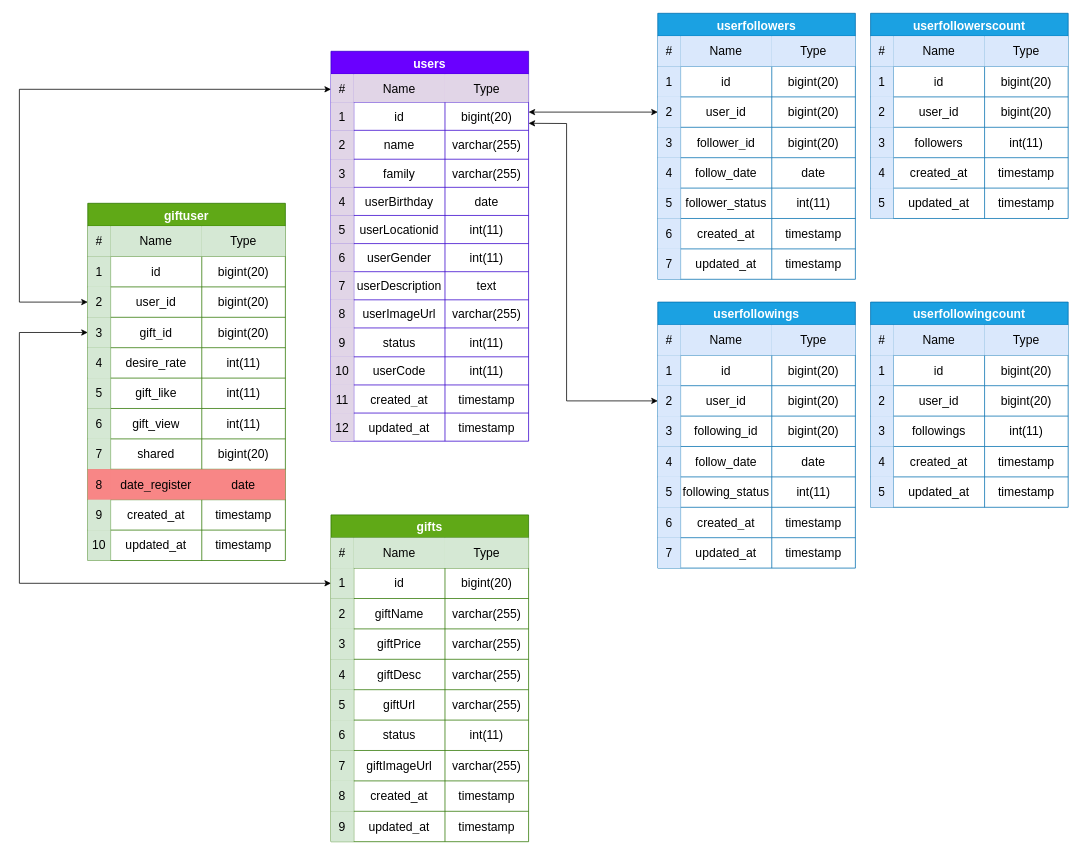
Above: Untitled Diagram.drawio in Rezarezaeipour/wiishy-diagram (draw.io), before the change. Source tidied: cells renumbered, new cells numbered last; positions are measured from the earlier drawing's top-left corner, leaving out a move shared by most shapes. Both pictures are drawn from the tidied source at 76%, with x=0, y=0 at pixel (19, 13).
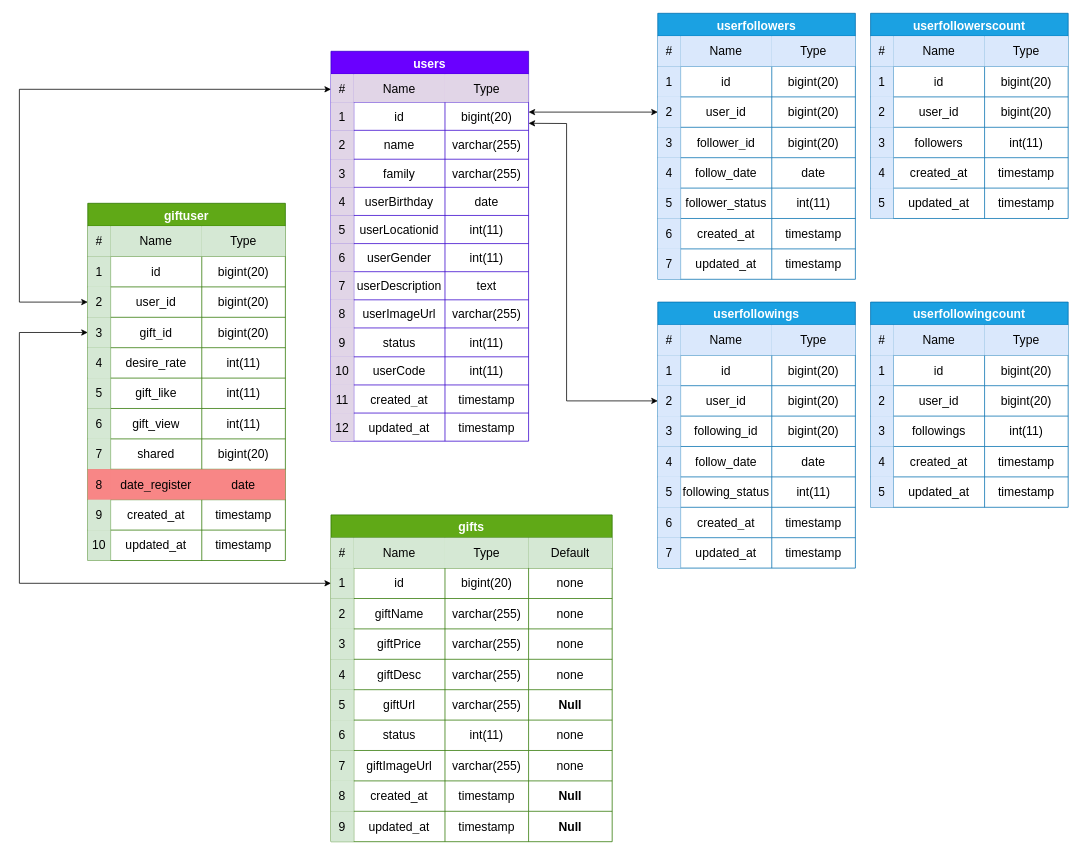
After the change.

Commit message:
Add default field to gifts

Diff of the diagram source:
```diff
@@
     <mxCell id="55" value="gifts" style="shape=table;startSize=30;childLayout=tableLayout;strokeColor=#2D7600;fontSize=16;fillColor=#60a917;fontColor=#ffffff;fontStyle=1;" parent="1" vertex="1">
-      <mxGeometry x="410" y="660" width="260" height="430" as="geometry" />
+      <mxGeometry x="410" y="660" width="370" height="430" as="geometry" />
     </mxCell>
     <mxCell id="56" style="shape=tableRow;horizontal=0;startSize=0;swimlaneHead=0;swimlaneBody=0;strokeColor=inherit;top=0;left=0;bottom=0;right=0;fillColor=none;fontSize=16;" parent="55" vertex="1">
-      <mxGeometry y="30" width="260" height="40" as="geometry" />
+      <mxGeometry y="30" width="370" height="40" as="geometry" />
     </mxCell>
@@
+    <mxCell id="261" value="Default" style="shape=partialRectangle;html=1;whiteSpace=wrap;strokeColor=#82b366;overflow=hidden;fillColor=#d5e8d4;top=0;left=0;bottom=0;right=0;fontSize=16;" parent="56" vertex="1">
+      <mxGeometry x="260" width="110" height="40" as="geometry" />
+    </mxCell>
     <mxCell id="60" style="shape=tableRow;horizontal=0;startSize=0;swimlaneHead=0;swimlaneBody=0;strokeColor=inherit;top=0;left=0;bottom=0;right=0;fillColor=none;points=[[0,0.5],[1,0.5]];portConstraint=eastwest;fontSize=16;" parent="55" vertex="1">
-      <mxGeometry y="70" width="260" height="40" as="geometry" />
+      <mxGeometry y="70" width="370" height="40" as="geometry" />
     </mxCell>
@@
+    <mxCell id="262" value="none" style="shape=partialRectangle;html=1;whiteSpace=wrap;strokeColor=inherit;overflow=hidden;fillColor=none;top=0;left=0;bottom=0;right=0;fontSize=16;" parent="60" vertex="1">
+      <mxGeometry x="260" width="110" height="40" as="geometry" />
+    </mxCell>
     <mxCell id="64" style="shape=tableRow;horizontal=0;startSize=0;swimlaneHead=0;swimlaneBody=0;strokeColor=inherit;top=0;left=0;bottom=0;right=0;fillColor=none;fontSize=16;" parent="55" vertex="1">
-      <mxGeometry y="110" width="260" height="40" as="geometry" />
+      <mxGeometry y="110" width="370" height="40" as="geometry" />
     </mxCell>
@@
+    <mxCell id="263" value="none" style="shape=partialRectangle;html=1;whiteSpace=wrap;strokeColor=inherit;overflow=hidden;fillColor=none;top=0;left=0;bottom=0;right=0;fontSize=16;" parent="64" vertex="1">
+      <mxGeometry x="260" width="110" height="40" as="geometry" />
+    </mxCell>
     <mxCell id="68" style="shape=tableRow;horizontal=0;startSize=0;swimlaneHead=0;swimlaneBody=0;strokeColor=inherit;top=0;left=0;bottom=0;right=0;fillColor=none;fontSize=16;" parent="55" vertex="1">
-      <mxGeometry y="150" width="260" height="40" as="geometry" />
+      <mxGeometry y="150" width="370" height="40" as="geometry" />
     </mxCell>
@@
+    <mxCell id="264" value="none" style="shape=partialRectangle;html=1;whiteSpace=wrap;strokeColor=inherit;overflow=hidden;fillColor=none;top=0;left=0;bottom=0;right=0;fontSize=16;" parent="68" vertex="1">
+      <mxGeometry x="260" width="110" height="40" as="geometry" />
+    </mxCell>
     <mxCell id="72" style="shape=tableRow;horizontal=0;startSize=0;swimlaneHead=0;swimlaneBody=0;strokeColor=inherit;top=0;left=0;bottom=0;right=0;fillColor=none;fontSize=16;" parent="55" vertex="1">
-      <mxGeometry y="190" width="260" height="40" as="geometry" />
+      <mxGeometry y="190" width="370" height="40" as="geometry" />
     </mxCell>
@@
+    <mxCell id="265" value="none" style="shape=partialRectangle;html=1;whiteSpace=wrap;strokeColor=inherit;overflow=hidden;fillColor=none;top=0;left=0;bottom=0;right=0;fontSize=16;" parent="72" vertex="1">
+      <mxGeometry x="260" width="110" height="40" as="geometry" />
+    </mxCell>
     <mxCell id="76" style="shape=tableRow;horizontal=0;startSize=0;swimlaneHead=0;swimlaneBody=0;strokeColor=inherit;top=0;left=0;bottom=0;right=0;fillColor=none;fontSize=16;" parent="55" vertex="1">
-      <mxGeometry y="230" width="260" height="40" as="geometry" />
+      <mxGeometry y="230" width="370" height="40" as="geometry" />
     </mxCell>
@@
+    <mxCell id="266" value="&lt;b&gt;Null&lt;/b&gt;" style="shape=partialRectangle;html=1;whiteSpace=wrap;strokeColor=inherit;overflow=hidden;fillColor=none;top=0;left=0;bottom=0;right=0;fontSize=16;" parent="76" vertex="1">
+      <mxGeometry x="260" width="110" height="40" as="geometry" />
+    </mxCell>
     <mxCell id="80" style="shape=tableRow;horizontal=0;startSize=0;swimlaneHead=0;swimlaneBody=0;strokeColor=inherit;top=0;left=0;bottom=0;right=0;fillColor=none;fontSize=16;" parent="55" vertex="1">
-      <mxGeometry y="270" width="260" height="40" as="geometry" />
+      <mxGeometry y="270" width="370" height="40" as="geometry" />
     </mxCell>
@@
+    <mxCell id="267" value="none" style="shape=partialRectangle;html=1;whiteSpace=wrap;strokeColor=inherit;overflow=hidden;fillColor=none;top=0;left=0;bottom=0;right=0;fontSize=16;" parent="80" vertex="1">
+      <mxGeometry x="260" width="110" height="40" as="geometry" />
+    </mxCell>
     <mxCell id="84" style="shape=tableRow;horizontal=0;startSize=0;swimlaneHead=0;swimlaneBody=0;strokeColor=inherit;top=0;left=0;bottom=0;right=0;fillColor=none;fontSize=16;" parent="55" vertex="1">
-      <mxGeometry y="310" width="260" height="40" as="geometry" />
+      <mxGeometry y="310" width="370" height="40" as="geometry" />
     </mxCell>
@@
+    <mxCell id="268" value="none" style="shape=partialRectangle;html=1;whiteSpace=wrap;strokeColor=inherit;overflow=hidden;fillColor=none;top=0;left=0;bottom=0;right=0;fontSize=16;" parent="84" vertex="1">
+      <mxGeometry x="260" width="110" height="40" as="geometry" />
+    </mxCell>
     <mxCell id="88" style="shape=tableRow;horizontal=0;startSize=0;swimlaneHead=0;swimlaneBody=0;strokeColor=inherit;top=0;left=0;bottom=0;right=0;fillColor=none;fontSize=16;" parent="55" vertex="1">
-      <mxGeometry y="350" width="260" height="40" as="geometry" />
+      <mxGeometry y="350" width="370" height="40" as="geometry" />
     </mxCell>
@@
+    <mxCell id="269" value="&lt;b&gt;Null&lt;/b&gt;" style="shape=partialRectangle;html=1;whiteSpace=wrap;strokeColor=inherit;overflow=hidden;fillColor=none;top=0;left=0;bottom=0;right=0;fontSize=16;" parent="88" vertex="1">
+      <mxGeometry x="260" width="110" height="40" as="geometry" />
+    </mxCell>
     <mxCell id="92" style="shape=tableRow;horizontal=0;startSize=0;swimlaneHead=0;swimlaneBody=0;strokeColor=inherit;top=0;left=0;bottom=0;right=0;fillColor=none;fontSize=16;" parent="55" vertex="1">
-      <mxGeometry y="390" width="260" height="40" as="geometry" />
+      <mxGeometry y="390" width="370" height="40" as="geometry" />
     </mxCell>
@@
+    <mxCell id="270" value="&lt;b&gt;Null&lt;/b&gt;" style="shape=partialRectangle;html=1;whiteSpace=wrap;strokeColor=inherit;overflow=hidden;fillColor=none;top=0;left=0;bottom=0;right=0;fontSize=16;" parent="92" vertex="1">
+      <mxGeometry x="260" width="110" height="40" as="geometry" />
+    </mxCell>
```
